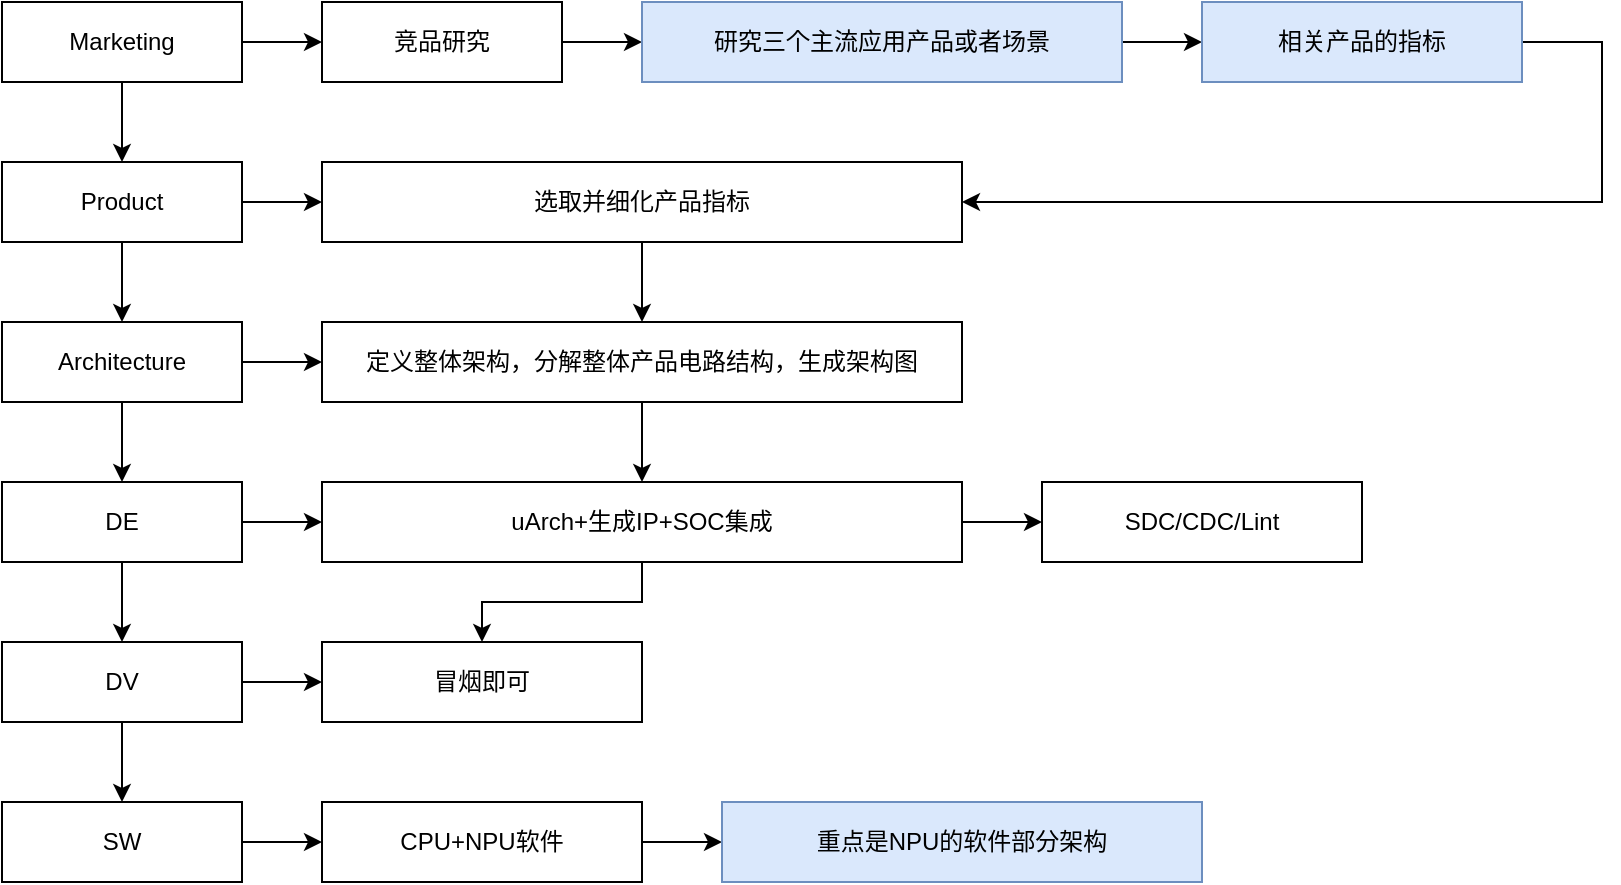
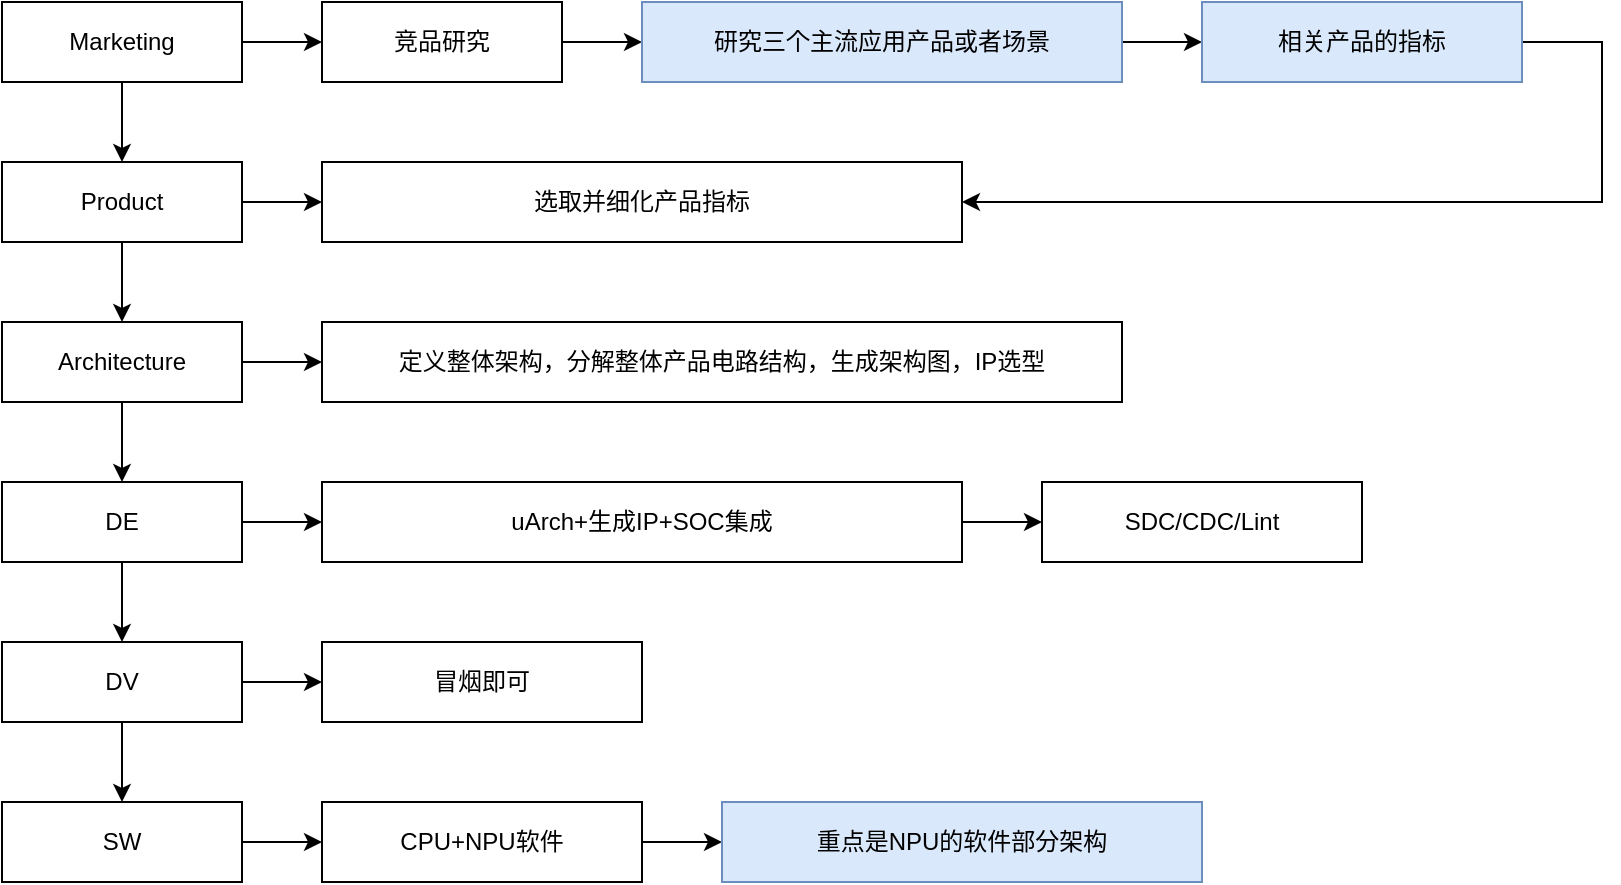
<mxfile host="app.diagrams.net">
  <diagram name="第 1 页" id="9lt6pKXcOXOacjMz8fyF">
    <mxGraphModel dx="1406" dy="754" grid="1" gridSize="10" guides="1" tooltips="1" connect="1" arrows="1" fold="1" page="1" pageScale="1" pageWidth="1169" pageHeight="827" math="0" shadow="0">
      <root>
        <mxCell id="0" />
        <mxCell id="1" parent="0" />
        <mxCell id="i4-VJNzEnyivnLVhnoJc-17" edge="1" parent="1" source="i4-VJNzEnyivnLVhnoJc-1" style="edgeStyle=orthogonalEdgeStyle;rounded=0;orthogonalLoop=1;jettySize=auto;html=1;" target="i4-VJNzEnyivnLVhnoJc-2" value="">
          <mxGeometry relative="1" as="geometry" />
        </mxCell>
        <mxCell id="i4-VJNzEnyivnLVhnoJc-22" edge="1" parent="1" source="i4-VJNzEnyivnLVhnoJc-1" style="edgeStyle=orthogonalEdgeStyle;rounded=0;orthogonalLoop=1;jettySize=auto;html=1;" target="i4-VJNzEnyivnLVhnoJc-3" value="">
          <mxGeometry relative="1" as="geometry" />
        </mxCell>
        <mxCell id="i4-VJNzEnyivnLVhnoJc-1" parent="1" style="rounded=0;whiteSpace=wrap;html=1;" value="Marketing" vertex="1">
          <mxGeometry height="40" width="120" x="120" y="80" as="geometry" />
        </mxCell>
        <mxCell id="i4-VJNzEnyivnLVhnoJc-18" edge="1" parent="1" source="i4-VJNzEnyivnLVhnoJc-2" style="edgeStyle=orthogonalEdgeStyle;rounded=0;orthogonalLoop=1;jettySize=auto;html=1;" target="i4-VJNzEnyivnLVhnoJc-7" value="">
          <mxGeometry relative="1" as="geometry" />
        </mxCell>
        <mxCell id="i4-VJNzEnyivnLVhnoJc-27" edge="1" parent="1" source="i4-VJNzEnyivnLVhnoJc-2" style="edgeStyle=orthogonalEdgeStyle;rounded=0;orthogonalLoop=1;jettySize=auto;html=1;" target="i4-VJNzEnyivnLVhnoJc-6" value="">
          <mxGeometry relative="1" as="geometry" />
        </mxCell>
        <mxCell id="i4-VJNzEnyivnLVhnoJc-2" parent="1" style="rounded=0;whiteSpace=wrap;html=1;" value="Product" vertex="1">
          <mxGeometry height="40" width="120" x="120" y="160" as="geometry" />
        </mxCell>
        <mxCell id="i4-VJNzEnyivnLVhnoJc-23" edge="1" parent="1" source="i4-VJNzEnyivnLVhnoJc-3" style="edgeStyle=orthogonalEdgeStyle;rounded=0;orthogonalLoop=1;jettySize=auto;html=1;" target="i4-VJNzEnyivnLVhnoJc-4" value="">
          <mxGeometry relative="1" as="geometry" />
        </mxCell>
        <mxCell id="i4-VJNzEnyivnLVhnoJc-3" parent="1" style="rounded=0;whiteSpace=wrap;html=1;" value="竞品研究" vertex="1">
          <mxGeometry height="40" width="120" x="280" y="80" as="geometry" />
        </mxCell>
        <mxCell id="i4-VJNzEnyivnLVhnoJc-25" edge="1" parent="1" source="i4-VJNzEnyivnLVhnoJc-4" style="edgeStyle=orthogonalEdgeStyle;rounded=0;orthogonalLoop=1;jettySize=auto;html=1;" target="i4-VJNzEnyivnLVhnoJc-5" value="">
          <mxGeometry relative="1" as="geometry" />
        </mxCell>
        <mxCell id="i4-VJNzEnyivnLVhnoJc-4" parent="1" style="rounded=0;whiteSpace=wrap;html=1;fillColor=#dae8fc;strokeColor=#6c8ebf;" value="研究三个主流应用产品或者场景" vertex="1">
          <mxGeometry height="40" width="240" x="440" y="80" as="geometry" />
        </mxCell>
        <mxCell id="i4-VJNzEnyivnLVhnoJc-26" edge="1" parent="1" source="i4-VJNzEnyivnLVhnoJc-5" style="edgeStyle=orthogonalEdgeStyle;rounded=0;orthogonalLoop=1;jettySize=auto;html=1;entryX=1;entryY=0.5;entryDx=0;entryDy=0;" target="i4-VJNzEnyivnLVhnoJc-6">
          <mxGeometry relative="1" as="geometry">
            <Array as="points">
              <mxPoint x="920" y="100" />
              <mxPoint x="920" y="180" />
            </Array>
          </mxGeometry>
        </mxCell>
        <mxCell id="i4-VJNzEnyivnLVhnoJc-5" parent="1" style="rounded=0;whiteSpace=wrap;html=1;fillColor=#dae8fc;strokeColor=#6c8ebf;" value="相关产品的指标" vertex="1">
          <mxGeometry height="40" width="160" x="720" y="80" as="geometry" />
        </mxCell>
-         <mxCell id="i4-VJNzEnyivnLVhnoJc-28" edge="1" parent="1" source="i4-VJNzEnyivnLVhnoJc-6" style="edgeStyle=orthogonalEdgeStyle;rounded=0;orthogonalLoop=1;jettySize=auto;html=1;" target="i4-VJNzEnyivnLVhnoJc-8" value="">
-           <mxGeometry relative="1" as="geometry" />
-         </mxCell>
        <mxCell id="i4-VJNzEnyivnLVhnoJc-6" parent="1" style="rounded=0;whiteSpace=wrap;html=1;" value="选取并细化产品指标" vertex="1">
          <mxGeometry height="40" width="320" x="280" y="160" as="geometry" />
        </mxCell>
        <mxCell id="i4-VJNzEnyivnLVhnoJc-19" edge="1" parent="1" source="i4-VJNzEnyivnLVhnoJc-7" style="edgeStyle=orthogonalEdgeStyle;rounded=0;orthogonalLoop=1;jettySize=auto;html=1;" target="i4-VJNzEnyivnLVhnoJc-9" value="">
          <mxGeometry relative="1" as="geometry" />
        </mxCell>
        <mxCell id="i4-VJNzEnyivnLVhnoJc-30" edge="1" parent="1" source="i4-VJNzEnyivnLVhnoJc-7" style="edgeStyle=orthogonalEdgeStyle;rounded=0;orthogonalLoop=1;jettySize=auto;html=1;" target="i4-VJNzEnyivnLVhnoJc-8" value="">
          <mxGeometry relative="1" as="geometry" />
        </mxCell>
        <mxCell id="i4-VJNzEnyivnLVhnoJc-7" parent="1" style="rounded=0;whiteSpace=wrap;html=1;" value="Architecture" vertex="1">
          <mxGeometry height="40" width="120" x="120" y="240" as="geometry" />
        </mxCell>
-         <mxCell id="i4-VJNzEnyivnLVhnoJc-29" edge="1" parent="1" source="i4-VJNzEnyivnLVhnoJc-8" style="edgeStyle=orthogonalEdgeStyle;rounded=0;orthogonalLoop=1;jettySize=auto;html=1;" target="i4-VJNzEnyivnLVhnoJc-10" value="">
-           <mxGeometry relative="1" as="geometry" />
-         </mxCell>
-         <mxCell id="i4-VJNzEnyivnLVhnoJc-8" parent="1" style="rounded=0;whiteSpace=wrap;html=1;" value="定义整体架构，分解整体产品电路结构，生成架构图" vertex="1">
-           <mxGeometry height="40" width="320" x="280" y="240" as="geometry" />
+         <mxCell id="i4-VJNzEnyivnLVhnoJc-8" parent="1" style="rounded=0;whiteSpace=wrap;html=1;" value="定义整体架构，分解整体产品电路结构，生成架构图，IP选型" vertex="1">
+           <mxGeometry height="40" width="400" x="280" y="240" as="geometry" />
        </mxCell>
        <mxCell id="i4-VJNzEnyivnLVhnoJc-20" edge="1" parent="1" source="i4-VJNzEnyivnLVhnoJc-9" style="edgeStyle=orthogonalEdgeStyle;rounded=0;orthogonalLoop=1;jettySize=auto;html=1;" target="i4-VJNzEnyivnLVhnoJc-11" value="">
          <mxGeometry relative="1" as="geometry" />
        </mxCell>
        <mxCell id="i4-VJNzEnyivnLVhnoJc-31" edge="1" parent="1" source="i4-VJNzEnyivnLVhnoJc-9" style="edgeStyle=orthogonalEdgeStyle;rounded=0;orthogonalLoop=1;jettySize=auto;html=1;" target="i4-VJNzEnyivnLVhnoJc-10" value="">
          <mxGeometry relative="1" as="geometry" />
        </mxCell>
        <mxCell id="i4-VJNzEnyivnLVhnoJc-9" parent="1" style="rounded=0;whiteSpace=wrap;html=1;" value="DE" vertex="1">
          <mxGeometry height="40" width="120" x="120" y="320" as="geometry" />
        </mxCell>
        <mxCell id="i4-VJNzEnyivnLVhnoJc-32" edge="1" parent="1" source="i4-VJNzEnyivnLVhnoJc-10" style="edgeStyle=orthogonalEdgeStyle;rounded=0;orthogonalLoop=1;jettySize=auto;html=1;" target="i4-VJNzEnyivnLVhnoJc-13" value="">
-           <mxGeometry relative="1" as="geometry" />
-         </mxCell>
-         <mxCell id="i4-VJNzEnyivnLVhnoJc-33" edge="1" parent="1" source="i4-VJNzEnyivnLVhnoJc-10" style="edgeStyle=orthogonalEdgeStyle;rounded=0;orthogonalLoop=1;jettySize=auto;html=1;" target="i4-VJNzEnyivnLVhnoJc-12" value="">
          <mxGeometry relative="1" as="geometry" />
        </mxCell>
        <mxCell id="i4-VJNzEnyivnLVhnoJc-10" parent="1" style="rounded=0;whiteSpace=wrap;html=1;" value="uArch+生成IP+SOC集成" vertex="1">
          <mxGeometry height="40" width="320" x="280" y="320" as="geometry" />
        </mxCell>
        <mxCell id="i4-VJNzEnyivnLVhnoJc-21" edge="1" parent="1" source="i4-VJNzEnyivnLVhnoJc-11" style="edgeStyle=orthogonalEdgeStyle;rounded=0;orthogonalLoop=1;jettySize=auto;html=1;" target="i4-VJNzEnyivnLVhnoJc-14" value="">
          <mxGeometry relative="1" as="geometry" />
        </mxCell>
        <mxCell id="i4-VJNzEnyivnLVhnoJc-34" edge="1" parent="1" source="i4-VJNzEnyivnLVhnoJc-11" style="edgeStyle=orthogonalEdgeStyle;rounded=0;orthogonalLoop=1;jettySize=auto;html=1;" target="i4-VJNzEnyivnLVhnoJc-12" value="">
          <mxGeometry relative="1" as="geometry" />
        </mxCell>
        <mxCell id="i4-VJNzEnyivnLVhnoJc-11" parent="1" style="rounded=0;whiteSpace=wrap;html=1;" value="DV" vertex="1">
          <mxGeometry height="40" width="120" x="120" y="400" as="geometry" />
        </mxCell>
        <mxCell id="i4-VJNzEnyivnLVhnoJc-12" parent="1" style="rounded=0;whiteSpace=wrap;html=1;" value="冒烟即可" vertex="1">
          <mxGeometry height="40" width="160" x="280" y="400" as="geometry" />
        </mxCell>
        <mxCell id="i4-VJNzEnyivnLVhnoJc-13" parent="1" style="rounded=0;whiteSpace=wrap;html=1;" value="SDC/CDC/Lint" vertex="1">
          <mxGeometry height="40" width="160" x="640" y="320" as="geometry" />
        </mxCell>
        <mxCell id="i4-VJNzEnyivnLVhnoJc-35" edge="1" parent="1" source="i4-VJNzEnyivnLVhnoJc-14" style="edgeStyle=orthogonalEdgeStyle;rounded=0;orthogonalLoop=1;jettySize=auto;html=1;" target="i4-VJNzEnyivnLVhnoJc-15" value="">
          <mxGeometry relative="1" as="geometry" />
        </mxCell>
        <mxCell id="i4-VJNzEnyivnLVhnoJc-14" parent="1" style="rounded=0;whiteSpace=wrap;html=1;" value="SW" vertex="1">
          <mxGeometry height="40" width="120" x="120" y="480" as="geometry" />
        </mxCell>
        <mxCell id="i4-VJNzEnyivnLVhnoJc-36" edge="1" parent="1" source="i4-VJNzEnyivnLVhnoJc-15" style="edgeStyle=orthogonalEdgeStyle;rounded=0;orthogonalLoop=1;jettySize=auto;html=1;" target="i4-VJNzEnyivnLVhnoJc-16" value="">
          <mxGeometry relative="1" as="geometry" />
        </mxCell>
        <mxCell id="i4-VJNzEnyivnLVhnoJc-15" parent="1" style="rounded=0;whiteSpace=wrap;html=1;" value="CPU+NPU软件" vertex="1">
          <mxGeometry height="40" width="160" x="280" y="480" as="geometry" />
        </mxCell>
        <mxCell id="i4-VJNzEnyivnLVhnoJc-16" parent="1" style="rounded=0;whiteSpace=wrap;html=1;fillColor=#dae8fc;strokeColor=#6c8ebf;" value="重点是NPU的软件部分架构" vertex="1">
          <mxGeometry height="40" width="240" x="480" y="480" as="geometry" />
        </mxCell>
      </root>
    </mxGraphModel>
  </diagram>
</mxfile>
